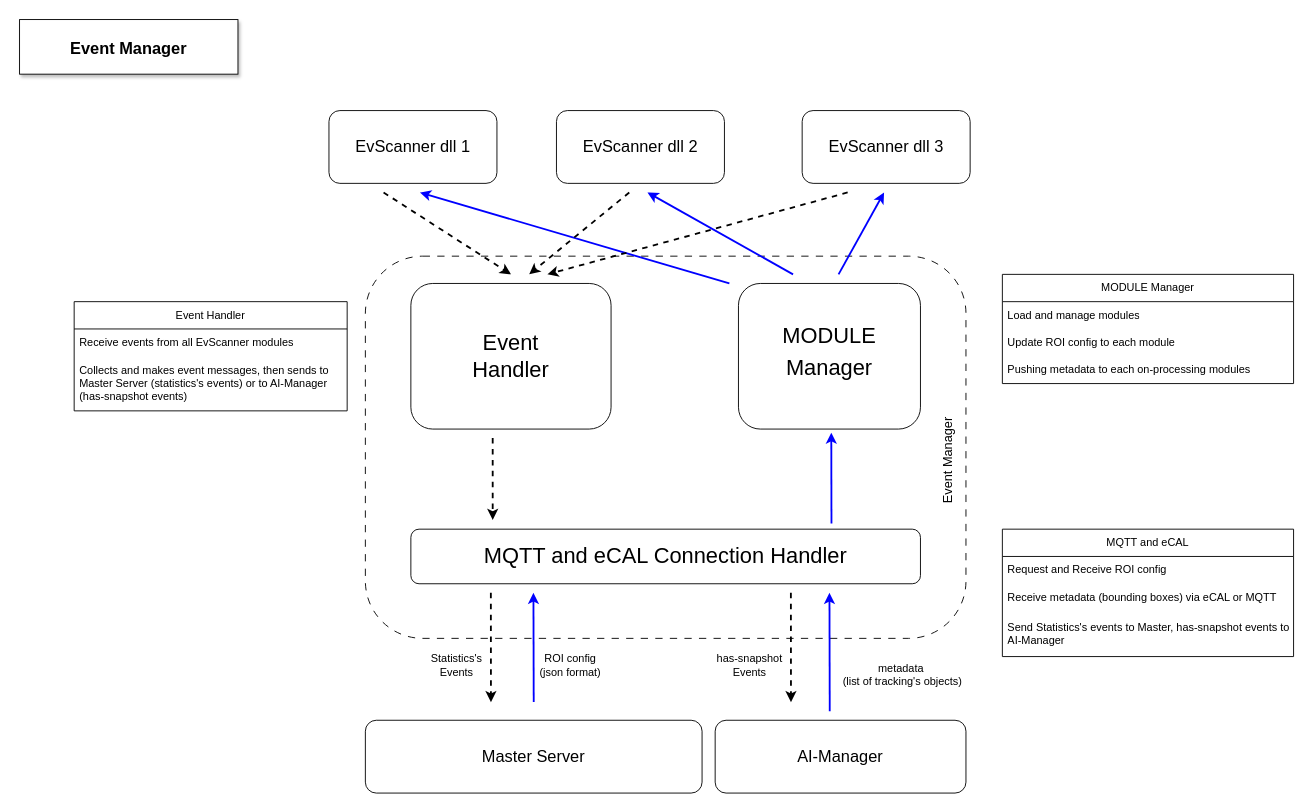
The draw.io diagram page "SolutionOrganization" (2 of 3) of PNIXEventProcess.drawio in huunhan312/CodeDiagram, before the edit. Source tidied: cells renumbered, new cells numbered last; positions are measured from the earlier drawing's top-left corner, leaving out a move shared by most shapes. Both pictures are drawn from the tidied source at 91%, with x=0, y=0 at pixel (19, 19).
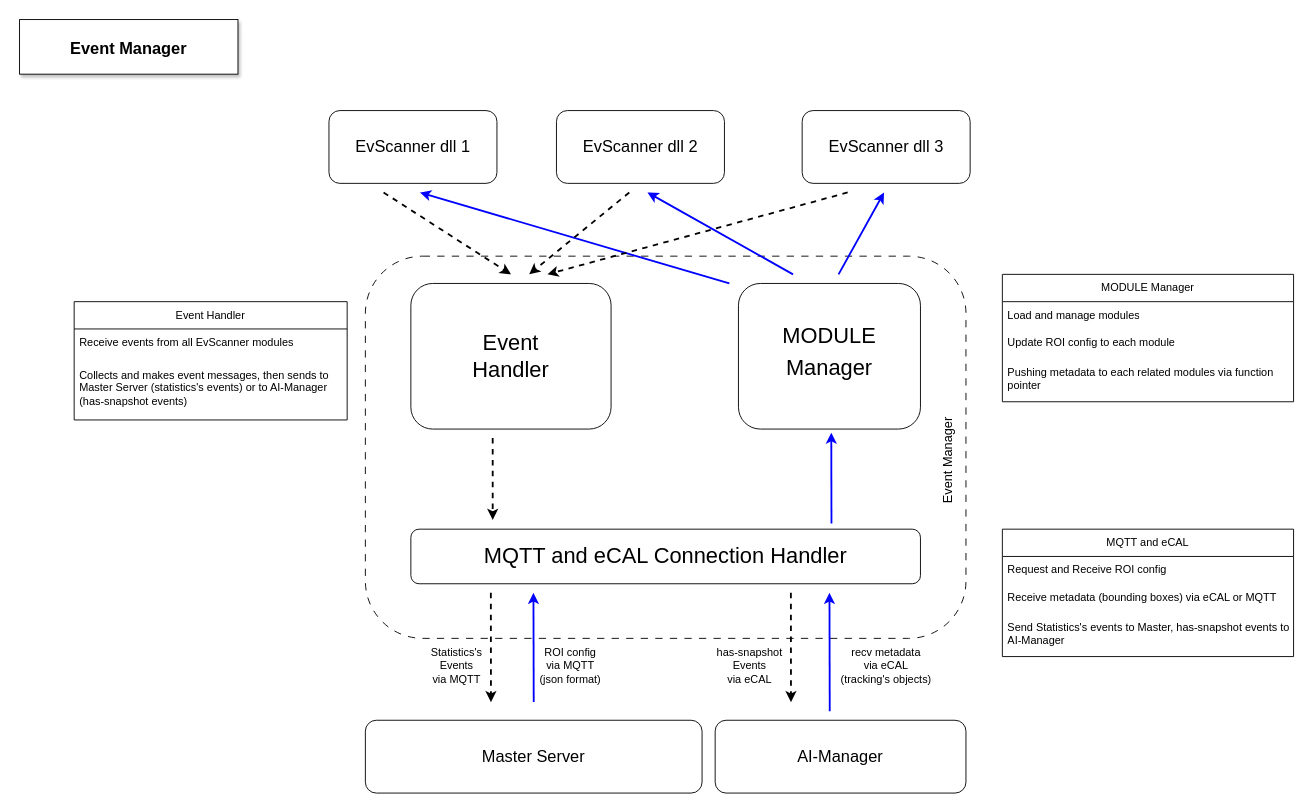
The same diagram, later.

Diff of the diagram source:
```diff
@@
-    <mxCell id="21" value="Statistics's &lt;br&gt;Events" style="text;html=1;align=center;verticalAlign=middle;strokeColor=none;fillColor=none;" parent="1" vertex="1">
-      <mxGeometry x="440.3" y="690" width="80" height="40" as="geometry" />
+    <mxCell id="21" value="Statistics's &lt;br&gt;Events&lt;div&gt;via MQTT&lt;/div&gt;" style="text;html=1;align=center;verticalAlign=middle;strokeColor=none;fillColor=none;" parent="1" vertex="1">
+      <mxGeometry x="440.3" y="680" width="80" height="60" as="geometry" />
     </mxCell>
-    <mxCell id="22" value="ROI config&lt;div&gt;(json format)&lt;/div&gt;" style="text;html=1;align=center;verticalAlign=middle;strokeColor=none;fillColor=none;" parent="1" vertex="1">
-      <mxGeometry x="560" y="690" width="90" height="40" as="geometry" />
+    <mxCell id="22" value="ROI config&lt;div&gt;via MQTT&lt;br&gt;&lt;div&gt;(json format)&lt;/div&gt;&lt;/div&gt;" style="text;html=1;align=center;verticalAlign=middle;strokeColor=none;fillColor=none;" parent="1" vertex="1">
+      <mxGeometry x="560" y="680" width="90" height="60" as="geometry" />
     </mxCell>
-    <mxCell id="23" value="metadata&amp;nbsp;&lt;br&gt;(list of tracking's objects)" style="text;html=1;align=center;verticalAlign=middle;strokeColor=none;fillColor=none;" parent="1" vertex="1">
-      <mxGeometry x="894.6" y="700" width="150" height="40" as="geometry" />
+    <mxCell id="23" value="recv metadata&lt;div&gt;via eCAL&lt;br&gt;(tracking's objects)&lt;/div&gt;" style="text;html=1;align=center;verticalAlign=middle;strokeColor=none;fillColor=none;" parent="1" vertex="1">
+      <mxGeometry x="892.3" y="680" width="120" height="60" as="geometry" />
     </mxCell>
@@
     <mxCell id="26" value="MODULE Manager" style="swimlane;fontStyle=0;horizontal=1;startSize=30;whiteSpace=wrap;html=1;" parent="1" vertex="1">
-      <mxGeometry x="1080" y="280" width="320" height="120" as="geometry" />
+      <mxGeometry x="1080" y="280" width="320" height="140" as="geometry" />
     </mxCell>
@@
-    <mxCell id="29" value="Pushing metadata to each on-processing modules" style="text;strokeColor=none;fillColor=none;align=left;verticalAlign=middle;spacingLeft=4;spacingRight=4;overflow=hidden;whiteSpace=wrap;html=1;" parent="26" vertex="1">
-      <mxGeometry y="90" width="320" height="30" as="geometry" />
+    <mxCell id="29" value="Pushing metadata to each related modules via function pointer" style="text;strokeColor=none;fillColor=none;align=left;verticalAlign=middle;spacingLeft=4;spacingRight=4;overflow=hidden;whiteSpace=wrap;html=1;" parent="26" vertex="1">
+      <mxGeometry y="90" width="320" height="50" as="geometry" />
     </mxCell>
     <mxCell id="30" value="Event Handler" style="swimlane;fontStyle=0;horizontal=1;startSize=30;whiteSpace=wrap;html=1;" parent="1" vertex="1">
-      <mxGeometry x="60" y="310" width="300" height="120" as="geometry" />
+      <mxGeometry x="60" y="310" width="300" height="130" as="geometry" />
     </mxCell>
@@
     <mxCell id="32" value="Collects and makes event messages, then sends to Master Server (statistics's events) or to AI-Manager (has-snapshot events)" style="text;strokeColor=none;fillColor=none;align=left;verticalAlign=middle;spacingLeft=4;spacingRight=4;overflow=hidden;whiteSpace=wrap;html=1;" parent="30" vertex="1">
-      <mxGeometry y="60" width="300" height="60" as="geometry" />
+      <mxGeometry y="60" width="300" height="70" as="geometry" />
     </mxCell>
@@
-    <mxCell id="37" value="has-snapshot&lt;br&gt;Events" style="text;html=1;align=center;verticalAlign=middle;strokeColor=none;fillColor=none;" parent="1" vertex="1">
-      <mxGeometry x="752" y="690" width="100" height="40" as="geometry" />
+    <mxCell id="37" value="has-snapshot&lt;br&gt;Events&lt;div&gt;via eCAL&lt;/div&gt;" style="text;html=1;align=center;verticalAlign=middle;strokeColor=none;fillColor=none;" parent="1" vertex="1">
+      <mxGeometry x="752" y="680" width="100" height="60" as="geometry" />
     </mxCell>
```
